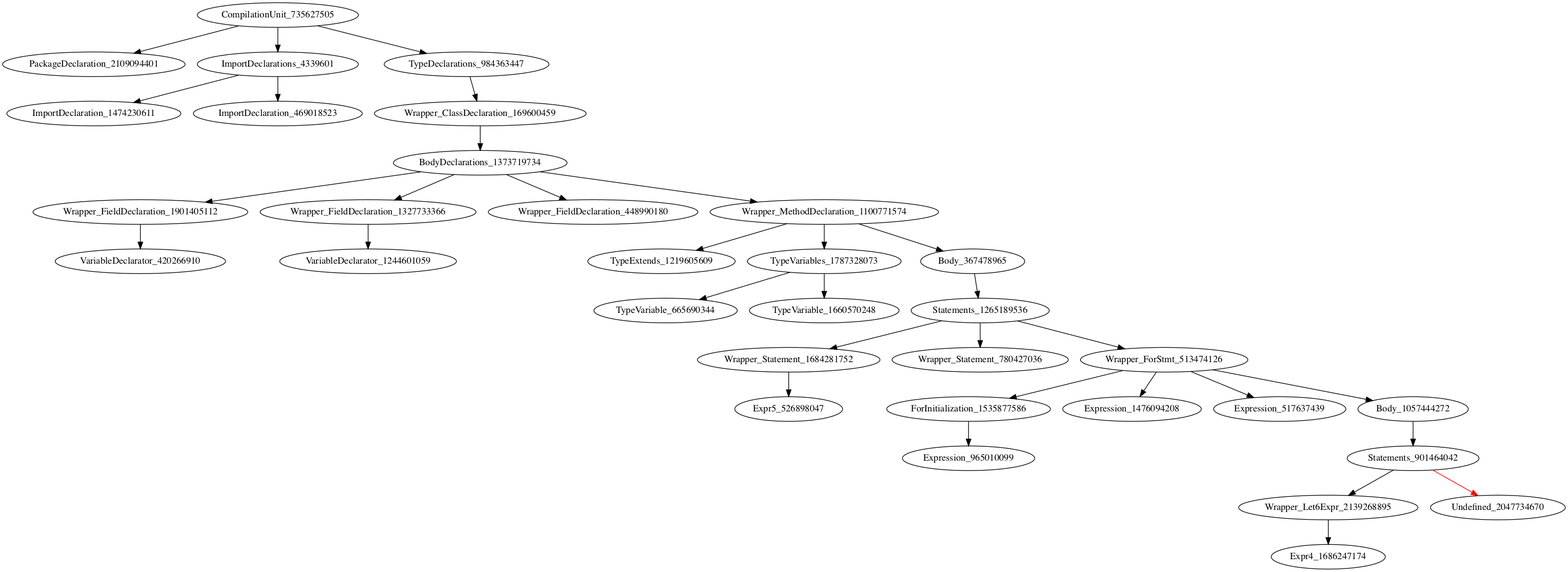
The Graphviz diagram holeAST.png in icse2023material/VoiceJava, before a commit. Its source is kept beside it as holeAST.dot.
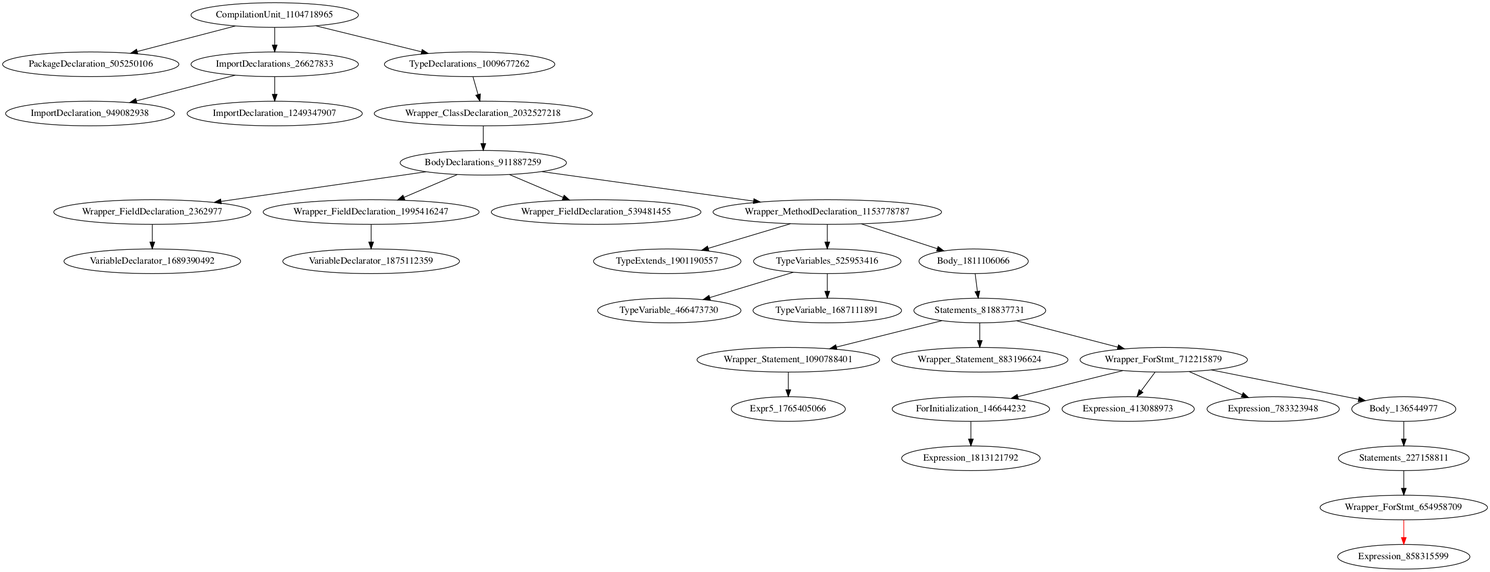
Later version of the same file.

Commit message:
[add] support nested statement for, while, if, switch

The edit, as a diff of the source:
```diff
@@ -1,34 +1,33 @@
 digraph {
-CompilationUnit_735627505 -> PackageDeclaration_2109094401
-CompilationUnit_735627505 -> ImportDeclarations_4339601
-CompilationUnit_735627505 -> TypeDeclarations_984363447
-ImportDeclarations_4339601 -> ImportDeclaration_1474230611
-ImportDeclarations_4339601 -> ImportDeclaration_469018523
-TypeDeclarations_984363447 -> Wrapper_ClassDeclaration_169600459
-Wrapper_ClassDeclaration_169600459 -> BodyDeclarations_1373719734
-BodyDeclarations_1373719734 -> Wrapper_FieldDeclaration_1901405112
-BodyDeclarations_1373719734 -> Wrapper_FieldDeclaration_1327733366
-BodyDeclarations_1373719734 -> Wrapper_FieldDeclaration_448990180
-BodyDeclarations_1373719734 -> Wrapper_MethodDeclaration_1100771574
-Wrapper_FieldDeclaration_1901405112 -> VariableDeclarator_420266910
-Wrapper_FieldDeclaration_1327733366 -> VariableDeclarator_1244601059
-Wrapper_MethodDeclaration_1100771574 -> TypeExtends_1219605609
-Wrapper_MethodDeclaration_1100771574 -> TypeVariables_1787328073
-Wrapper_MethodDeclaration_1100771574 -> Body_367478965
-TypeVariables_1787328073 -> TypeVariable_665690344
-TypeVariables_1787328073 -> TypeVariable_1660570248
-Body_367478965 -> Statements_1265189536
-Statements_1265189536 -> Wrapper_Statement_1684281752
-Statements_1265189536 -> Wrapper_Statement_780427036
-Statements_1265189536 -> Wrapper_ForStmt_513474126
-Wrapper_Statement_1684281752 -> Expr5_526898047
-Wrapper_ForStmt_513474126 -> ForInitialization_1535877586
-Wrapper_ForStmt_513474126 -> Expression_1476094208
-Wrapper_ForStmt_513474126 -> Expression_517637439
-Wrapper_ForStmt_513474126 -> Body_1057444272
-ForInitialization_1535877586 -> Expression_965010099
-Body_1057444272 -> Statements_901464042
-Statements_901464042 -> Wrapper_Let6Expr_2139268895
-Statements_901464042 -> Undefined_2047734670 [color = red]
-Wrapper_Let6Expr_2139268895 -> Expr4_1686247174
+CompilationUnit_1104718965 -> PackageDeclaration_505250106
+CompilationUnit_1104718965 -> ImportDeclarations_26627833
+CompilationUnit_1104718965 -> TypeDeclarations_1009677262
+ImportDeclarations_26627833 -> ImportDeclaration_949082938
+ImportDeclarations_26627833 -> ImportDeclaration_1249347907
+TypeDeclarations_1009677262 -> Wrapper_ClassDeclaration_2032527218
+Wrapper_ClassDeclaration_2032527218 -> BodyDeclarations_911887259
+BodyDeclarations_911887259 -> Wrapper_FieldDeclaration_2362977
+BodyDeclarations_911887259 -> Wrapper_FieldDeclaration_1995416247
+BodyDeclarations_911887259 -> Wrapper_FieldDeclaration_539481455
+BodyDeclarations_911887259 -> Wrapper_MethodDeclaration_1153778787
+Wrapper_FieldDeclaration_2362977 -> VariableDeclarator_1689390492
+Wrapper_FieldDeclaration_1995416247 -> VariableDeclarator_1875112359
+Wrapper_MethodDeclaration_1153778787 -> TypeExtends_1901190557
+Wrapper_MethodDeclaration_1153778787 -> TypeVariables_525953416
+Wrapper_MethodDeclaration_1153778787 -> Body_1811106066
+TypeVariables_525953416 -> TypeVariable_466473730
+TypeVariables_525953416 -> TypeVariable_1687111891
+Body_1811106066 -> Statements_818837731
+Statements_818837731 -> Wrapper_Statement_1090788401
+Statements_818837731 -> Wrapper_Statement_883196624
+Statements_818837731 -> Wrapper_ForStmt_712215879
+Wrapper_Statement_1090788401 -> Expr5_1765405066
+Wrapper_ForStmt_712215879 -> ForInitialization_146644232
+Wrapper_ForStmt_712215879 -> Expression_413088973
+Wrapper_ForStmt_712215879 -> Expression_783323948
+Wrapper_ForStmt_712215879 -> Body_136544977
+ForInitialization_146644232 -> Expression_1813121792
+Body_136544977 -> Statements_227158811
+Statements_227158811 -> Wrapper_ForStmt_654958709
+Wrapper_ForStmt_654958709 -> Expression_858315599 [color = red]
 }
```
